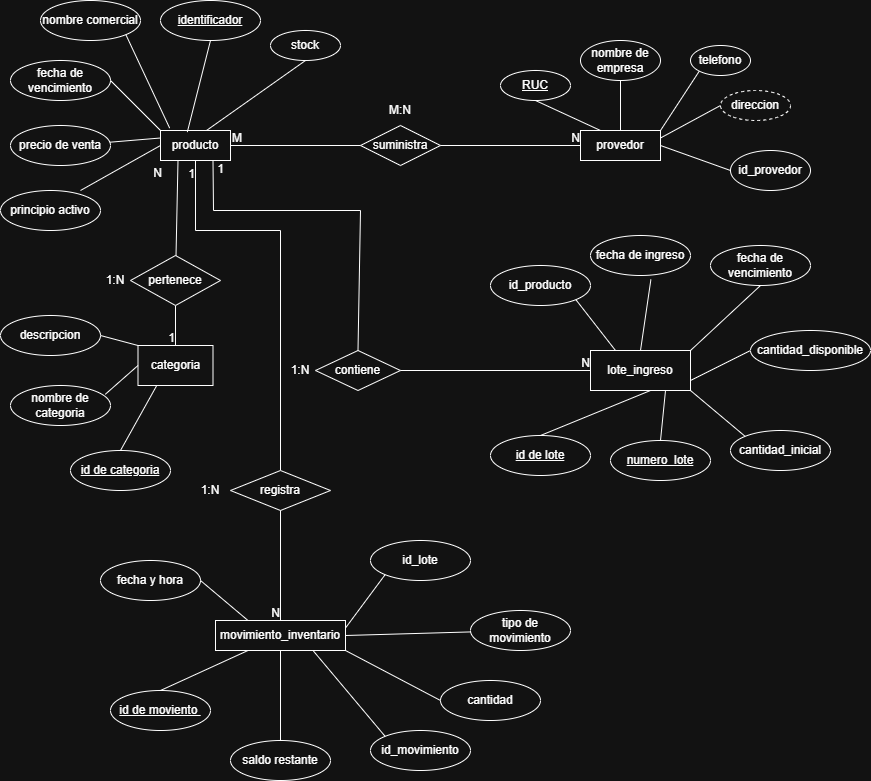
Criss-21/Diagramas-Base-De-DAtos keeps this draw.io diagram as Modelo-ER-ProyectoU1.png. Above is the earlier version. Source tidied: cells renumbered, new cells last; positions are measured from the earlier drawing's top-left corner, leaving out a move shared by most shapes.
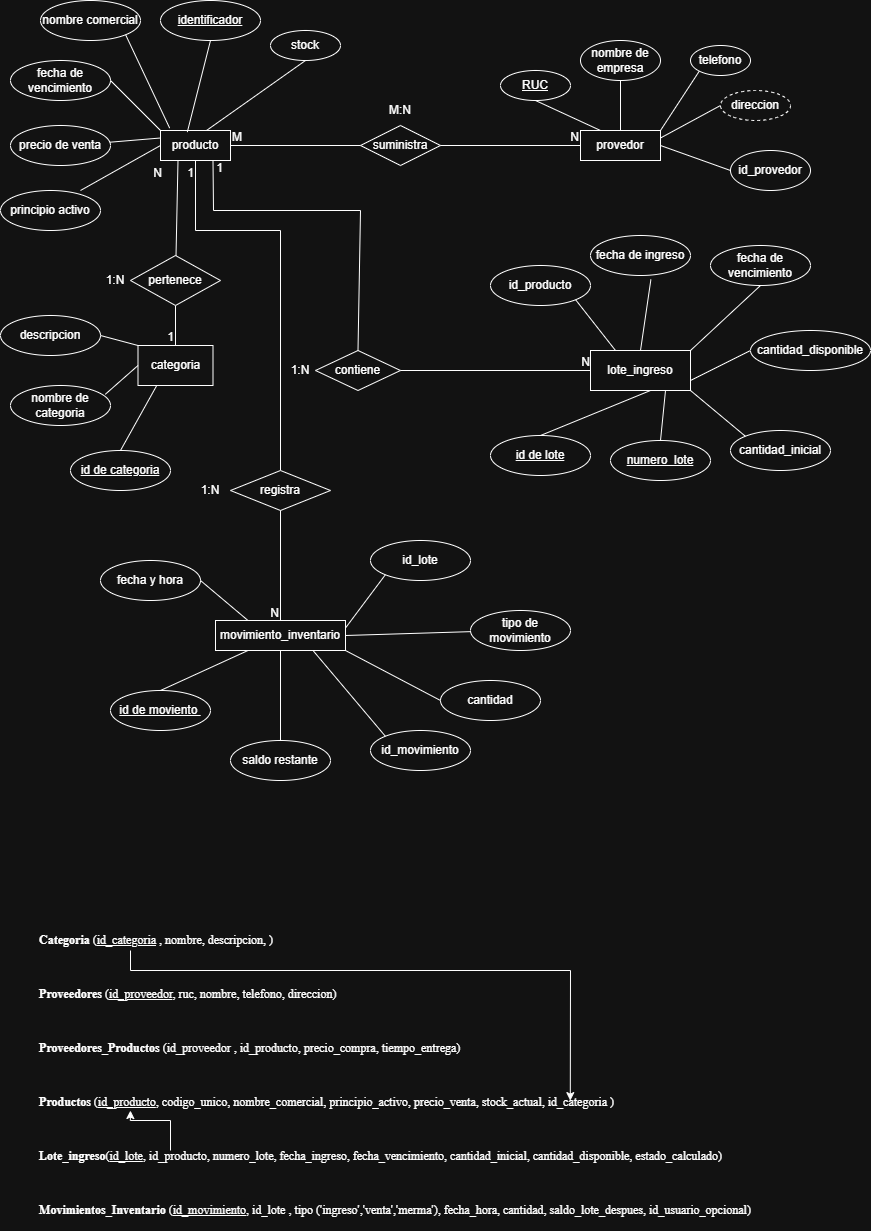
Later version of the same file.

Change to the diagram source:
```diff
@@ -275,5 +275,27 @@
     <mxCell id="86" style="endArrow=none;html=1;rounded=0;entryX=0.75;entryY=1;entryDx=0;entryDy=0;exitX=0;exitY=0;exitDx=0;exitDy=0;" parent="1" edge="1" source="85" target="46">
       <mxGeometry relative="1" as="geometry" />
     </mxCell>
+    <mxCell id="87" value="&lt;p class=&quot;MsoNormal&quot; style=&quot;text-align:justify;line-height:normal&quot;&gt;&lt;b&gt;&lt;span style=&quot;font-family:&amp;quot;Times New Roman&amp;quot;,serif&quot;&gt;Categoria&lt;/span&gt;&lt;/b&gt;&lt;span style=&quot;font-family:&amp;quot;Times New Roman&amp;quot;,serif&quot;&gt;&amp;nbsp;(&lt;u&gt;id_categoria&lt;/u&gt; , nombre, descripcion, )&lt;/span&gt;&lt;/p&gt;&lt;p class=&quot;MsoNormal&quot; style=&quot;text-align:justify;line-height:normal&quot;&gt;&lt;span style=&quot;font-family:&amp;quot;Times New Roman&amp;quot;,serif&quot;&gt;&lt;br&gt;&lt;/span&gt;&lt;/p&gt;&lt;p class=&quot;MsoNormal&quot; style=&quot;text-align:justify;line-height:normal&quot;&gt;&lt;b&gt;&lt;span style=&quot;font-family:&amp;quot;Times New Roman&amp;quot;,serif&quot;&gt;Proveedores&lt;/span&gt;&lt;/b&gt;&lt;span style=&quot;font-family:&amp;quot;Times New Roman&amp;quot;,serif&quot;&gt; (&lt;u&gt;id_proveedor&lt;/u&gt;, ruc, nombre, telefono, direccion)&lt;/span&gt;&lt;/p&gt;&lt;p class=&quot;MsoNormal&quot; style=&quot;text-align:justify;line-height:normal&quot;&gt;&lt;span style=&quot;font-family:&amp;quot;Times New Roman&amp;quot;,serif&quot;&gt;&lt;br&gt;&lt;/span&gt;&lt;/p&gt;&lt;p class=&quot;MsoNormal&quot; style=&quot;text-align:justify;line-height:normal&quot;&gt;&lt;b&gt;&lt;span style=&quot;font-family:&amp;quot;Times New Roman&amp;quot;,serif&quot;&gt;Proveedores_Productos&lt;/span&gt;&lt;/b&gt;&lt;span style=&quot;font-family:&amp;quot;Times New Roman&amp;quot;,serif&quot;&gt; (id_proveedor , id_producto, precio_compra, tiempo_entrega)&lt;/span&gt;&lt;/p&gt;&lt;p class=&quot;MsoNormal&quot; style=&quot;text-align:justify;line-height:normal&quot;&gt;&lt;span style=&quot;font-family:&amp;quot;Times New Roman&amp;quot;,serif&quot;&gt;&lt;br&gt;&lt;/span&gt;&lt;/p&gt;&lt;p class=&quot;MsoNormal&quot; style=&quot;text-align:justify;line-height:normal&quot;&gt;&lt;b&gt;&lt;span style=&quot;font-family:&amp;quot;Times New Roman&amp;quot;,serif&quot;&gt;Productos&lt;/span&gt;&lt;/b&gt;&lt;span style=&quot;font-family:&amp;quot;Times New Roman&amp;quot;,serif&quot;&gt; (&lt;u&gt;id_producto&lt;/u&gt;, codigo_unico, nombre_comercial, principio_activo, precio_venta, stock_actual, id_categoria )&lt;/span&gt;&lt;/p&gt;&lt;p class=&quot;MsoNormal&quot; style=&quot;text-align:justify;line-height:normal&quot;&gt;&lt;span style=&quot;font-family:&amp;quot;Times New Roman&amp;quot;,serif&quot;&gt;&lt;br&gt;&lt;/span&gt;&lt;/p&gt;&lt;p class=&quot;MsoNormal&quot; style=&quot;text-align:justify;line-height:normal&quot;&gt;&lt;b&gt;&lt;span style=&quot;font-family:&amp;quot;Times New Roman&amp;quot;,serif&quot;&gt;Lote_ingreso&lt;/span&gt;&lt;/b&gt;&lt;span style=&quot;font-family:&amp;quot;Times New Roman&amp;quot;,serif&quot;&gt;(&lt;u&gt;id_lote&lt;/u&gt;, id_producto, numero_lote, fecha_ingreso, fecha_vencimiento, cantidad_inicial, cantidad_disponible, estado_calculado)&lt;/span&gt;&lt;/p&gt;&lt;p class=&quot;MsoNormal&quot; style=&quot;text-align:justify;line-height:normal&quot;&gt;&lt;span style=&quot;font-family:&amp;quot;Times New Roman&amp;quot;,serif&quot;&gt;&lt;br&gt;&lt;/span&gt;&lt;/p&gt;&lt;p class=&quot;MsoNormal&quot; style=&quot;text-align:justify;line-height:normal&quot;&gt;&lt;b&gt;&lt;span style=&quot;font-family:&amp;quot;Times New Roman&amp;quot;,serif&quot;&gt;Movimientos_Inventario&lt;/span&gt;&lt;/b&gt;&lt;span style=&quot;font-family:&amp;quot;Times New Roman&amp;quot;,serif&quot;&gt; (&lt;u&gt;id_movimiento&lt;/u&gt;, id_lote , tipo ('ingreso','venta','merma'), fecha_hora, cantidad, saldo_lote_despues, id_usuario_opcional)&lt;/span&gt;&lt;/p&gt;" style="text;html=1;whiteSpace=wrap;strokeColor=none;fillColor=none;align=center;verticalAlign=middle;rounded=0;" parent="1" vertex="1">
+      <mxGeometry x="10" y="920" width="770" height="310" as="geometry" />
+    </mxCell>
+    <mxCell id="88" style="endArrow=classic;html=1;rounded=0;entryX=0.727;entryY=0.581;entryDx=0;entryDy=0;entryPerimeter=0;" parent="1" edge="1" target="87">
+      <mxGeometry relative="1" as="geometry">
+        <mxPoint x="130" y="950" as="sourcePoint" />
+        <Array as="points">
+          <mxPoint x="130" y="970" />
+          <mxPoint x="570" y="970" />
+        </Array>
+      </mxGeometry>
+    </mxCell>
+    <mxCell id="89" style="endArrow=classic;html=1;rounded=0;entryX=0.156;entryY=0.613;entryDx=0;entryDy=0;entryPerimeter=0;exitX=0.208;exitY=0.742;exitDx=0;exitDy=0;exitPerimeter=0;" parent="1" edge="1">
+      <mxGeometry relative="1" as="geometry">
+        <mxPoint x="170" y="1150" as="sourcePoint" />
+        <mxPoint x="130" y="1110" as="targetPoint" />
+        <Array as="points">
+          <mxPoint x="170" y="1120" />
+          <mxPoint x="129.8" y="1120" />
+        </Array>
+      </mxGeometry>
+    </mxCell>
   </root>
 </mxGraphModel>
```
